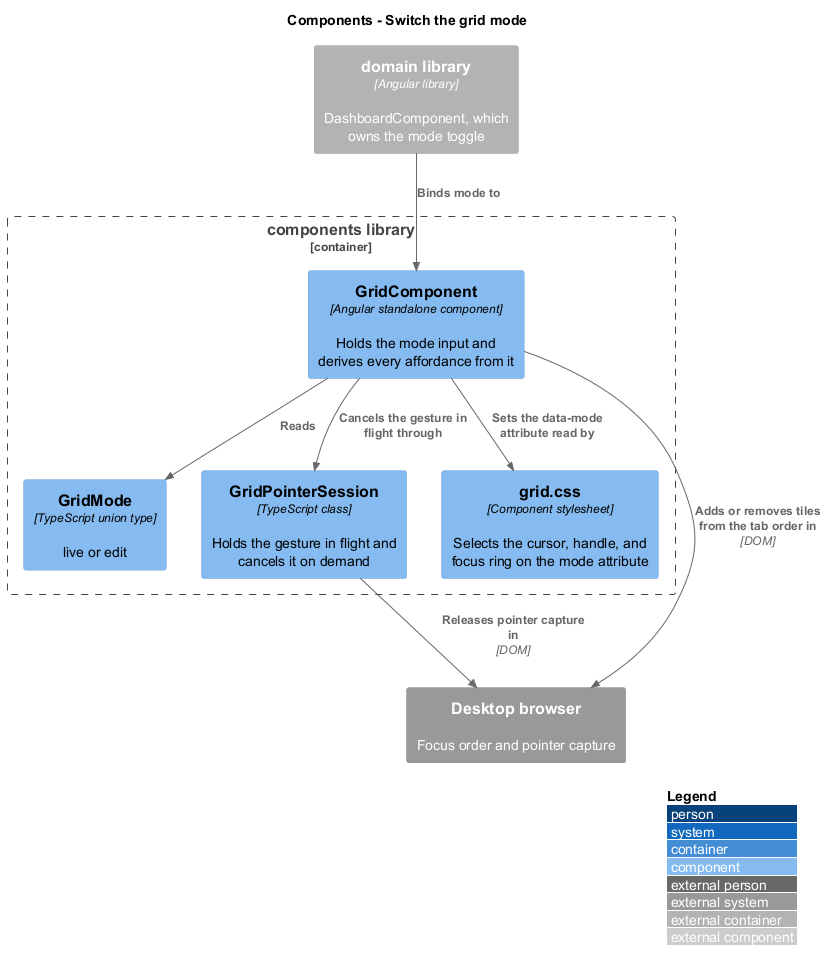
Earlier version of the PlantUML export docs/detailed-designs/tile-interaction/switch-grid-mode/diagrams/c4-component.png (QuinntyneBrown/qbc-grid). The source it was exported from:
```plantuml
@startuml
!include <C4/C4_Component>
LAYOUT_WITH_LEGEND()
title Components - Switch the grid mode

Container_Boundary(components, "components library") {
  Component(grid, "GridComponent", "Angular standalone component", "Holds the mode input and derives every affordance from it")
  Component(mode, "GridMode", "TypeScript union type", "live or edit")
  Component(session, "GridPointerSession", "TypeScript class", "Holds the gesture in flight and cancels it on demand")
  Component(styles, "grid.css", "Component stylesheet", "Selects the cursor, handle, and focus ring on the mode attribute")
}

Container_Ext(domain, "domain library", "Angular library", "DashboardComponent, which owns the mode toggle")
System_Ext(browser, "Desktop browser", "Focus order and pointer capture")

Rel(domain, grid, "Binds mode to")
Rel(grid, mode, "Reads")
Rel(grid, session, "Cancels the gesture in flight through")
Rel(grid, styles, "Sets the data-mode attribute read by")
Rel(grid, browser, "Adds or removes tiles from the tab order in", "DOM")
Rel(session, browser, "Releases pointer capture in", "DOM")
@enduml
```
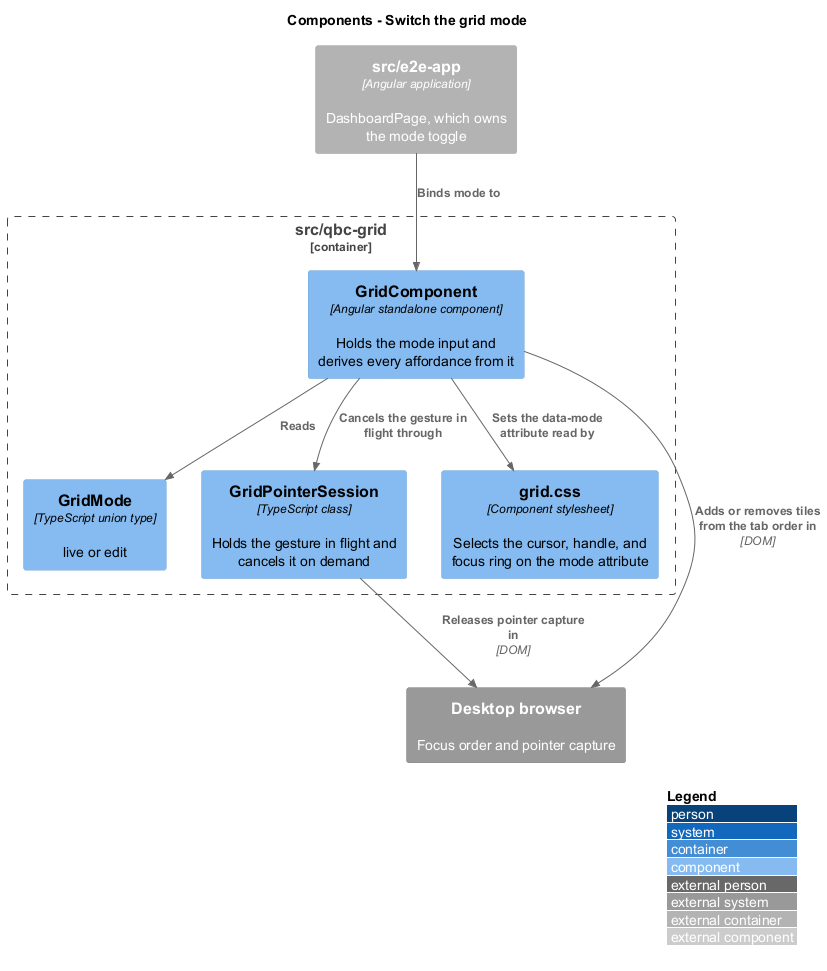
The same diagram one commit later.

What changed in the source:
```diff
@@ -3,17 +3,17 @@
 LAYOUT_WITH_LEGEND()
 title Components - Switch the grid mode
 
-Container_Boundary(components, "components library") {
+Container_Boundary(components, "src/qbc-grid") {
   Component(grid, "GridComponent", "Angular standalone component", "Holds the mode input and derives every affordance from it")
   Component(mode, "GridMode", "TypeScript union type", "live or edit")
   Component(session, "GridPointerSession", "TypeScript class", "Holds the gesture in flight and cancels it on demand")
   Component(styles, "grid.css", "Component stylesheet", "Selects the cursor, handle, and focus ring on the mode attribute")
 }
 
-Container_Ext(domain, "domain library", "Angular library", "DashboardComponent, which owns the mode toggle")
+Container_Ext(app, "src/e2e-app", "Angular application", "DashboardPage, which owns the mode toggle")
 System_Ext(browser, "Desktop browser", "Focus order and pointer capture")
 
-Rel(domain, grid, "Binds mode to")
+Rel(app, grid, "Binds mode to")
 Rel(grid, mode, "Reads")
 Rel(grid, session, "Cancels the gesture in flight through")
 Rel(grid, styles, "Sets the data-mode attribute read by")
```
